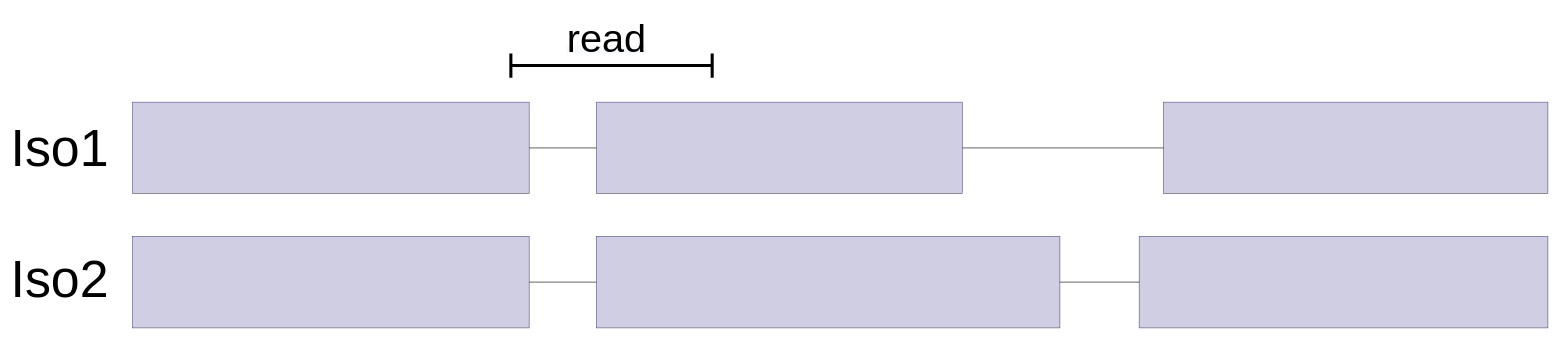
Earlier version of the draw.io diagram page "misattribution" (6 of 6) of visualizations/ch4-methods/visualizations.drawio (arnegebert/splicing). Source tidied: cells renumbered, new cells numbered last; positions are measured from the earlier drawing's top-left corner, leaving out a move shared by most shapes. Both pictures are drawn from the tidied source at 61%, with x=0, y=0 at pixel (29, 10).
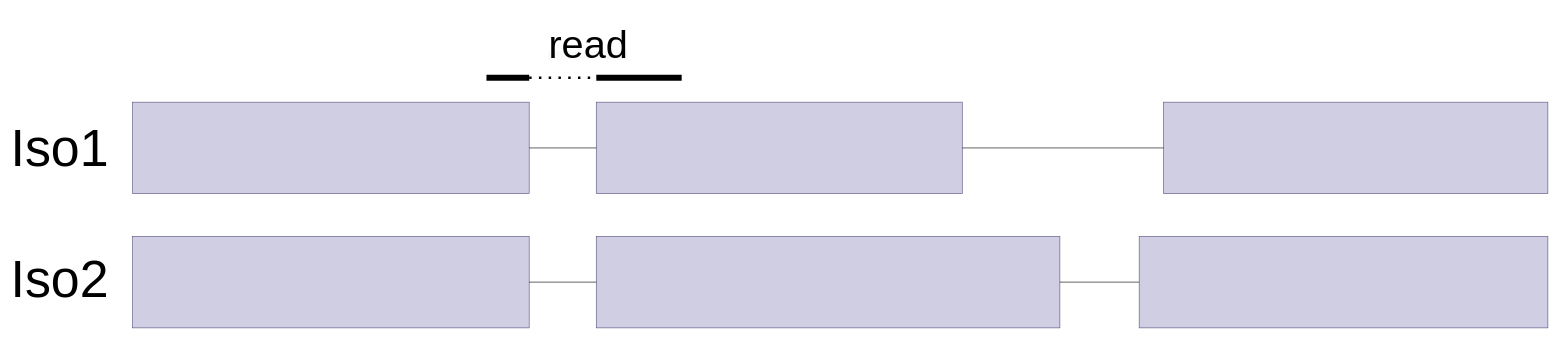
After the change.

Change to the diagram source:
```diff
@@
-    <mxCell id="12" style="shape=crossbar;whiteSpace=wrap;html=1;rounded=1;strokeWidth=5;" parent="1" vertex="1">
-      <mxGeometry x="790" y="70" width="330" height="40" as="geometry" />
-    </mxCell>
@@
     <mxCell id="15" value="&lt;span style=&quot;color: rgb(0 , 0 , 0) ; font-family: &amp;#34;helvetica&amp;#34; ; font-style: normal ; font-weight: 400 ; letter-spacing: normal ; text-align: center ; text-indent: 0px ; text-transform: none ; word-spacing: 0px ; background-color: rgb(248 , 249 , 250) ; display: inline ; float: none&quot;&gt;&lt;font style=&quot;font-size: 65px&quot;&gt;read&lt;/font&gt;&lt;/span&gt;" style="text;whiteSpace=wrap;html=1;" parent="1" vertex="1">
-      <mxGeometry x="880" width="190" height="50" as="geometry" />
+      <mxGeometry x="850" y="10" width="190" height="50" as="geometry" />
     </mxCell>
+    <mxCell id="16" style="endArrow=none;html=1;strokeWidth=10;" parent="1" edge="1">
+      <mxGeometry relative="1" as="geometry">
+        <mxPoint x="750" y="110" as="sourcePoint" />
+        <mxPoint x="820" y="110" as="targetPoint" />
+      </mxGeometry>
+    </mxCell>
+    <mxCell id="17" style="endArrow=none;html=1;strokeWidth=10;" parent="1" edge="1">
+      <mxGeometry relative="1" as="geometry">
+        <mxPoint x="930" y="110" as="sourcePoint" />
+        <mxPoint x="1070" y="110" as="targetPoint" />
+      </mxGeometry>
+    </mxCell>
+    <mxCell id="18" style="endArrow=none;dashed=1;html=1;dashPattern=1 3;strokeWidth=4;" parent="1" edge="1">
+      <mxGeometry relative="1" as="geometry">
+        <mxPoint x="820" y="110" as="sourcePoint" />
+        <mxPoint x="930" y="110" as="targetPoint" />
+      </mxGeometry>
+    </mxCell>
```
